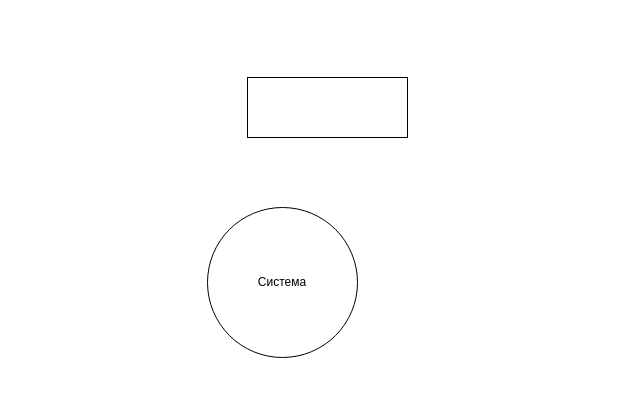
Before: CE/StarBazaar_full.drawio in careock/diagrams, a draw.io diagram. Source tidied: cells renumbered, new cells numbered last; positions are measured from the earlier drawing's top-left corner, leaving out a move shared by most shapes. Both pictures are drawn from the tidied source at 100%, with x=0, y=0 at pixel (207, 77).
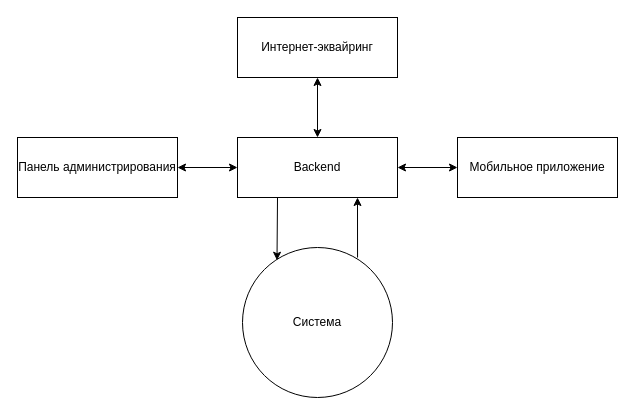
Above is the later version.

Diff of the diagram source:
```diff
@@
 <mxGraphModel>
   <root>
     <mxCell id="0" />
     <mxCell id="1" parent="0" />
     <mxCell id="2" value="Система" style="ellipse;whiteSpace=wrap;html=1;" parent="1" vertex="1">
-      <mxGeometry y="130" width="150" height="150" as="geometry" />
+      <mxGeometry x="35" y="170" width="150" height="150" as="geometry" />
     </mxCell>
-    <mxCell id="3" style="rounded=0;whiteSpace=wrap;html=1;" parent="1" vertex="1">
-      <mxGeometry x="40" width="160" height="60" as="geometry" />
+    <mxCell id="3" value="Панель администрирования" style="rounded=0;whiteSpace=wrap;html=1;" parent="1" vertex="1">
+      <mxGeometry x="-190" y="60" width="160" height="60" as="geometry" />
     </mxCell>
+    <mxCell id="4" value="Backend" style="rounded=0;whiteSpace=wrap;html=1;" parent="1" vertex="1">
+      <mxGeometry x="30" y="60" width="160" height="60" as="geometry" />
+    </mxCell>
+    <mxCell id="5" value="Мобильное приложение" style="rounded=0;whiteSpace=wrap;html=1;" parent="1" vertex="1">
+      <mxGeometry x="250" y="60" width="160" height="60" as="geometry" />
+    </mxCell>
+    <mxCell id="6" style="endArrow=classic;html=1;rounded=0;entryX=0.23;entryY=0.085;entryDx=0;entryDy=0;entryPerimeter=0;exitX=0.25;exitY=1;exitDx=0;exitDy=0;" parent="1" edge="1" source="4" target="2">
+      <mxGeometry relative="1" as="geometry" />
+    </mxCell>
+    <mxCell id="7" style="endArrow=classic;html=1;rounded=0;entryX=0.75;entryY=1;entryDx=0;entryDy=0;exitX=0.767;exitY=0.067;exitDx=0;exitDy=0;exitPerimeter=0;" parent="1" edge="1" source="2" target="4">
+      <mxGeometry relative="1" as="geometry" />
+    </mxCell>
+    <mxCell id="8" style="endArrow=classic;html=1;rounded=0;startArrow=classic;startFill=1;" parent="1" edge="1" source="3" target="4">
+      <mxGeometry relative="1" as="geometry" />
+    </mxCell>
+    <mxCell id="9" style="endArrow=classic;html=1;rounded=0;startArrow=classic;startFill=1;" parent="1" edge="1" source="4" target="5">
+      <mxGeometry relative="1" as="geometry" />
+    </mxCell>
+    <mxCell id="10" value="Интернет-эквайринг" style="rounded=0;whiteSpace=wrap;html=1;" parent="1" vertex="1">
+      <mxGeometry x="30" y="-60" width="160" height="60" as="geometry" />
+    </mxCell>
+    <mxCell id="11" style="endArrow=classic;html=1;rounded=0;startArrow=classic;startFill=1;" parent="1" edge="1" source="4" target="10">
+      <mxGeometry relative="1" as="geometry" />
+    </mxCell>
   </root>
 </mxGraphModel>
```
